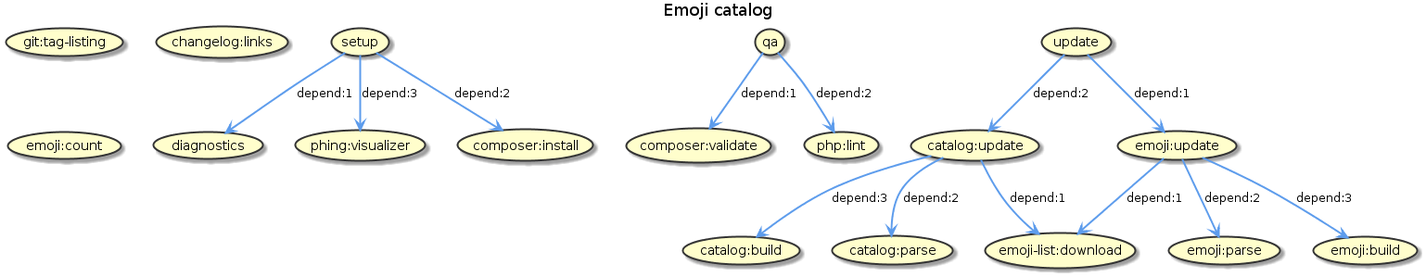
Earlier version of the PlantUML export build.png (jawira/emoji-catalog).
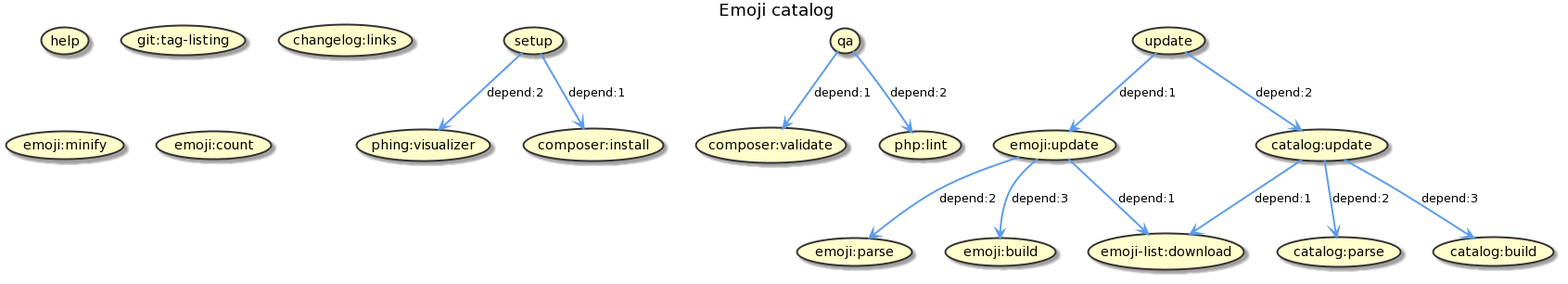
The same diagram one commit later.

Commit message:
Cleaning Emoji class removing comments #8

The edit, as a diff of the source:
```diff
@@ -7,7 +7,7 @@
 skinparam UseCaseBorderThickness 2
 skinparam UseCaseFontColor Black
 
-(diagnostics)
+(help)
 (setup)
 (qa)
 (update)
@@ -21,15 +21,15 @@
 (emoji-list:download)
 (emoji:parse)
 (emoji:build)
+(emoji:minify)
 (catalog:parse)
 (catalog:build)
 (php:lint)
 (emoji:count)
 
 
-(setup) -[#5D9CEC]-> (diagnostics) : depend:1
-(setup) -[#5D9CEC]-> (composer:install) : depend:2
-(setup) -[#5D9CEC]-> (phing:visualizer) : depend:3
+(setup) -[#5D9CEC]-> (composer:install) : depend:1
+(setup) -[#5D9CEC]-> (phing:visualizer) : depend:2
 (qa) -[#5D9CEC]-> (composer:validate) : depend:1
 (qa) -[#5D9CEC]-> (php:lint) : depend:2
 (update) -[#5D9CEC]-> (emoji:update) : depend:1
```
